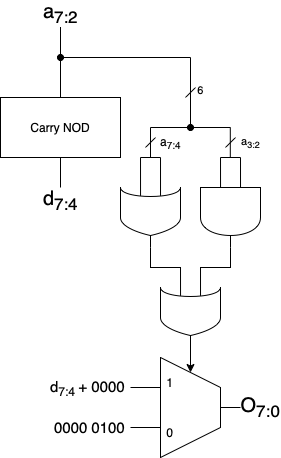
The draw.io diagram APPROX_NOD.png in savedbyawaif/ApproxNOD, before a commit. Source tidied: cells renumbered, new cells last; positions are measured from the earlier drawing's top-left corner, leaving out a move shared by most shapes.
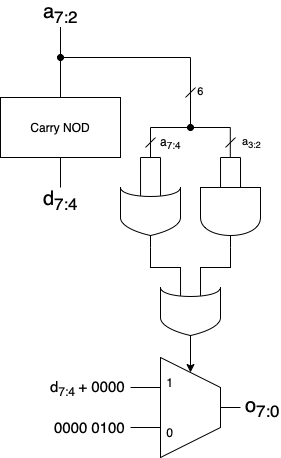
After the change.

The edit, as a diff of the source:
```diff
@@ -144,9 +144,9 @@
         <mxPoint x="240" y="380" as="targetPoint" />
       </mxGeometry>
     </mxCell>
-    <mxCell id="30" value="&lt;font style=&quot;font-size: 20px;&quot;&gt;O&lt;sub&gt;7:0&lt;/sub&gt;&lt;/font&gt;" style="edgeLabel;html=1;align=center;verticalAlign=middle;labelBackgroundColor=none;" parent="29" vertex="1">
+    <mxCell id="30" value="&lt;font&gt;&lt;sub&gt;&lt;span style=&quot;font-size: 20px;&quot;&gt;o&lt;sub&gt;7:0&lt;/sub&gt;&lt;/span&gt;&lt;/sub&gt;&lt;/font&gt;" style="edgeLabel;html=1;align=center;verticalAlign=middle;labelBackgroundColor=none;" parent="29" vertex="1">
       <mxGeometry relative="1" as="geometry">
-        <mxPoint x="30" as="offset" />
+        <mxPoint x="32" as="offset" />
       </mxGeometry>
     </mxCell>
     <mxCell id="31" style="shape=(stored shape, 364 characters);whiteSpace=wrap;html=1;" parent="1" vertex="1">
```
